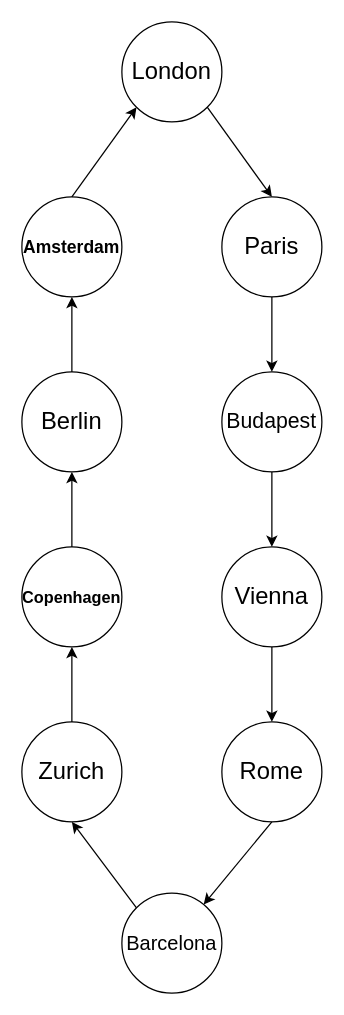
The draw.io diagram report/pic/nodes.drawio in Beautifuldog01/CW2, before the edit. Source tidied: cells renumbered, new cells numbered last; positions are measured from the earlier drawing's top-left corner, leaving out a move shared by most shapes. Both pictures are drawn from the tidied source at 125%, with x=0, y=0 at pixel (21, 21).
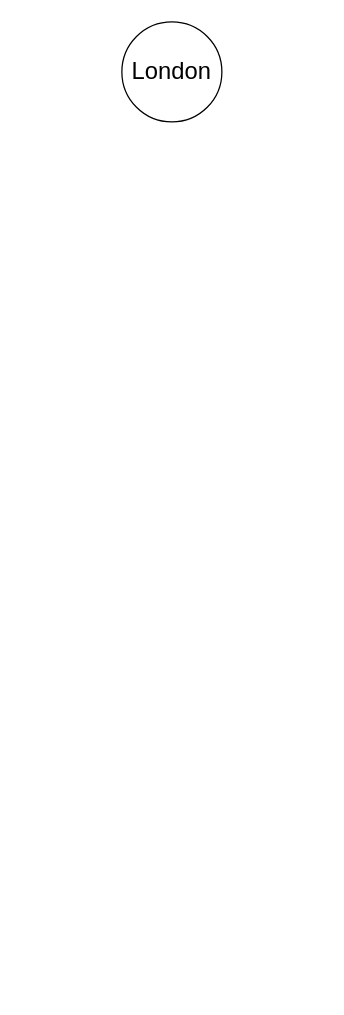
The same diagram, later.

Unchanged cells that the change refers to:
```xml
<mxCell id="3" value="London" style="ellipse;whiteSpace=wrap;html=1;fillColor=none;strokeWidth=1;strokeColor=#000000;fontColor=#000000;labelBackgroundColor=none;fontSize=19;" parent="1" vertex="1">
  <mxGeometry x="80" width="80" height="80" as="geometry" />
</mxCell>
```

What changed in the source:
```diff
@@
-    <mxCell id="2" style="edgeStyle=none;html=1;exitX=1;exitY=1;exitDx=0;exitDy=0;entryX=0.5;entryY=0;entryDx=0;entryDy=0;fontFamily=Garamond;fontSize=19;fontColor=#000000;strokeColor=#000000;strokeWidth=1;labelBackgroundColor=none;" parent="1" edge="1" source="3" target="7">
-      <mxGeometry relative="1" as="geometry" />
-    </mxCell>
@@
-    <mxCell id="4" style="edgeStyle=none;html=1;exitX=0.5;exitY=0;exitDx=0;exitDy=0;entryX=0;entryY=1;entryDx=0;entryDy=0;fontFamily=Garamond;fontSize=19;fontColor=#000000;strokeColor=#000000;strokeWidth=1;labelBackgroundColor=none;" parent="1" edge="1" source="5" target="3">
-      <mxGeometry relative="1" as="geometry" />
-    </mxCell>
-    <mxCell id="5" value="Amsterdam" style="ellipse;whiteSpace=wrap;html=1;fillColor=none;strokeColor=#000000;strokeWidth=1;fontColor=#000000;labelBackgroundColor=none;fontSize=14;fontStyle=1;" parent="1" vertex="1">
-      <mxGeometry y="140" width="80" height="80" as="geometry" />
-    </mxCell>
-    <mxCell id="6" style="edgeStyle=none;html=1;exitX=0.5;exitY=1;exitDx=0;exitDy=0;entryX=0.5;entryY=0;entryDx=0;entryDy=0;fontFamily=Garamond;fontSize=19;fontColor=#000000;strokeColor=#000000;strokeWidth=1;labelBackgroundColor=none;" parent="1" edge="1" source="7" target="11">
-      <mxGeometry relative="1" as="geometry" />
-    </mxCell>
-    <mxCell id="7" value="Paris" style="ellipse;whiteSpace=wrap;html=1;strokeColor=#000000;fillColor=none;strokeWidth=1;fontColor=#000000;labelBackgroundColor=none;fontSize=19;" parent="1" vertex="1">
-      <mxGeometry x="160" y="140" width="80" height="80" as="geometry" />
-    </mxCell>
-    <mxCell id="8" style="edgeStyle=none;html=1;exitX=0.5;exitY=0;exitDx=0;exitDy=0;entryX=0.5;entryY=1;entryDx=0;entryDy=0;fontFamily=Garamond;fontSize=19;fontColor=#000000;strokeColor=#000000;strokeWidth=1;labelBackgroundColor=none;" parent="1" edge="1" source="9" target="5">
-      <mxGeometry relative="1" as="geometry" />
-    </mxCell>
-    <mxCell id="9" value="Berlin" style="ellipse;whiteSpace=wrap;html=1;fillColor=none;strokeColor=#000000;strokeWidth=1;fontColor=#000000;labelBackgroundColor=none;fontSize=19;" parent="1" vertex="1">
-      <mxGeometry y="280" width="80" height="80" as="geometry" />
-    </mxCell>
-    <mxCell id="10" style="edgeStyle=none;html=1;exitX=0.5;exitY=1;exitDx=0;exitDy=0;entryX=0.5;entryY=0;entryDx=0;entryDy=0;fontFamily=Garamond;fontSize=19;fontColor=#000000;strokeColor=#000000;strokeWidth=1;labelBackgroundColor=none;" parent="1" edge="1" source="11" target="15">
-      <mxGeometry relative="1" as="geometry" />
-    </mxCell>
-    <mxCell id="11" value="Budapest" style="ellipse;whiteSpace=wrap;html=1;strokeColor=#000000;fillColor=none;strokeWidth=1;fontColor=#000000;labelBackgroundColor=none;fontSize=17;" parent="1" vertex="1">
-      <mxGeometry x="160" y="280" width="80" height="80" as="geometry" />
-    </mxCell>
-    <mxCell id="12" style="edgeStyle=none;html=1;exitX=0.5;exitY=0;exitDx=0;exitDy=0;fontFamily=Garamond;fontSize=19;fontColor=#000000;strokeColor=#000000;strokeWidth=1;labelBackgroundColor=none;" parent="1" edge="1" source="13" target="9">
-      <mxGeometry relative="1" as="geometry" />
-    </mxCell>
-    <mxCell id="13" value="Copenhagen" style="ellipse;whiteSpace=wrap;html=1;fillColor=none;strokeColor=#000000;strokeWidth=1;fontColor=#000000;labelBackgroundColor=none;fontSize=13;fontStyle=1;" parent="1" vertex="1">
-      <mxGeometry y="420" width="80" height="80" as="geometry" />
-    </mxCell>
-    <mxCell id="14" style="edgeStyle=none;html=1;exitX=0.5;exitY=1;exitDx=0;exitDy=0;entryX=0.5;entryY=0;entryDx=0;entryDy=0;fontFamily=Garamond;fontSize=19;fontColor=#000000;strokeColor=#000000;strokeWidth=1;labelBackgroundColor=none;" parent="1" edge="1" source="15" target="19">
-      <mxGeometry relative="1" as="geometry" />
-    </mxCell>
-    <mxCell id="15" value="Vienna" style="ellipse;whiteSpace=wrap;html=1;fillColor=none;strokeColor=#000000;strokeWidth=1;fontColor=#000000;labelBackgroundColor=none;fontSize=19;" parent="1" vertex="1">
-      <mxGeometry x="160" y="420" width="80" height="80" as="geometry" />
-    </mxCell>
-    <mxCell id="16" style="edgeStyle=none;html=1;exitX=0.5;exitY=0;exitDx=0;exitDy=0;entryX=0.5;entryY=1;entryDx=0;entryDy=0;fontFamily=Garamond;fontSize=19;fontColor=#000000;strokeColor=#000000;strokeWidth=1;labelBackgroundColor=none;" parent="1" edge="1" source="17" target="13">
-      <mxGeometry relative="1" as="geometry" />
-    </mxCell>
-    <mxCell id="17" value="Zurich" style="ellipse;whiteSpace=wrap;html=1;gradientColor=none;fillColor=none;strokeColor=#000000;strokeWidth=1;fontColor=#000000;labelBackgroundColor=none;fontSize=19;" parent="1" vertex="1">
-      <mxGeometry y="560" width="80" height="80" as="geometry" />
-    </mxCell>
-    <mxCell id="18" style="edgeStyle=none;html=1;exitX=0.5;exitY=1;exitDx=0;exitDy=0;strokeColor=#000000;strokeWidth=1;fontFamily=Garamond;fontSize=19;fontColor=#000000;labelBackgroundColor=none;" parent="1" edge="1" source="19" target="21">
-      <mxGeometry relative="1" as="geometry" />
-    </mxCell>
-    <mxCell id="19" value="Rome" style="ellipse;whiteSpace=wrap;html=1;fillColor=none;strokeColor=#000000;strokeWidth=1;fontColor=#000000;labelBackgroundColor=none;fontSize=19;" parent="1" vertex="1">
-      <mxGeometry x="160" y="560" width="80" height="80" as="geometry" />
-    </mxCell>
-    <mxCell id="20" style="edgeStyle=none;html=1;exitX=0;exitY=0;exitDx=0;exitDy=0;entryX=0.5;entryY=1;entryDx=0;entryDy=0;strokeColor=#000000;strokeWidth=1;fontFamily=Garamond;fontSize=19;fontColor=#000000;labelBackgroundColor=none;" parent="1" edge="1" source="21" target="17">
-      <mxGeometry relative="1" as="geometry" />
-    </mxCell>
-    <mxCell id="21" value="Barcelona" style="ellipse;whiteSpace=wrap;html=1;gradientColor=none;fillColor=none;strokeColor=#000000;strokeWidth=1;fontColor=#000000;labelBackgroundColor=none;fontSize=16;" parent="1" vertex="1">
-      <mxGeometry x="80" y="697" width="80" height="80" as="geometry" />
-    </mxCell>
```
